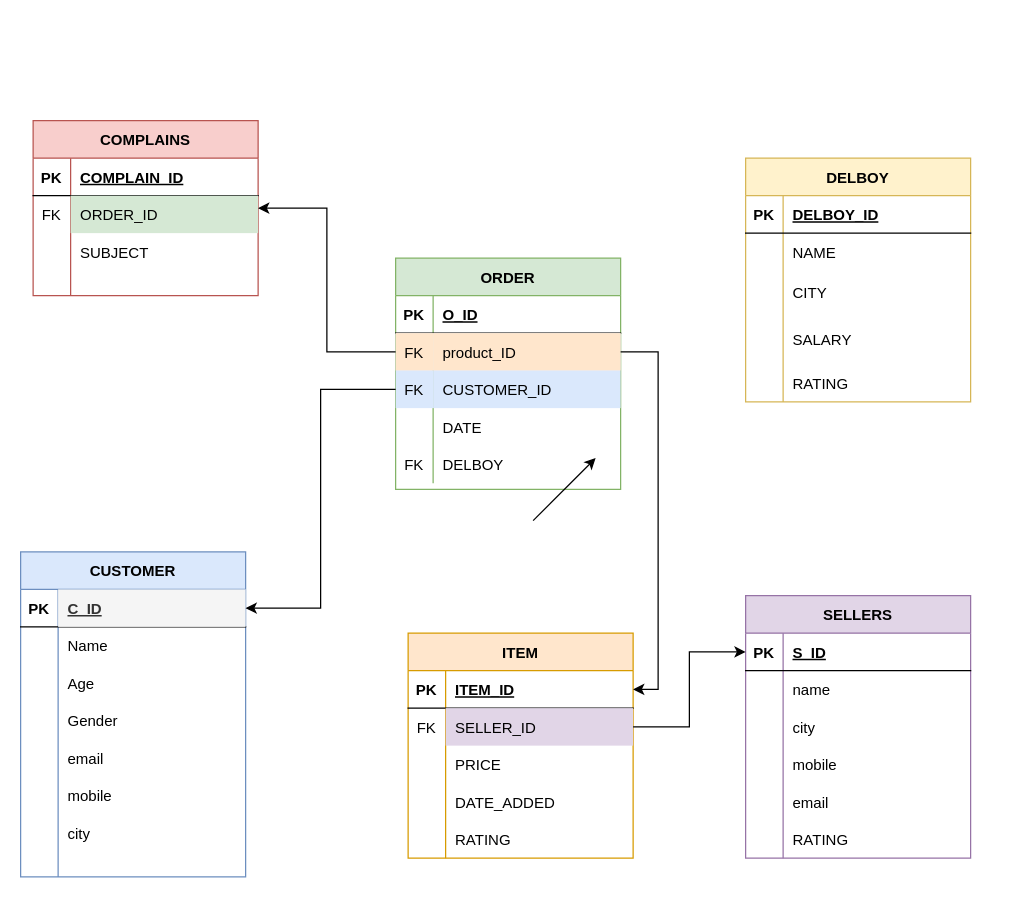
maasir554/maasir554 keeps this draw.io diagram as Untitled Diagram.drawio. Above is the earlier version. Source tidied: cells renumbered, new cells numbered last; positions are measured from the earlier drawing's top-left corner, leaving out a move shared by most shapes. Both pictures are drawn from the tidied source at 125%, with x=0, y=0 at pixel (20, 120).
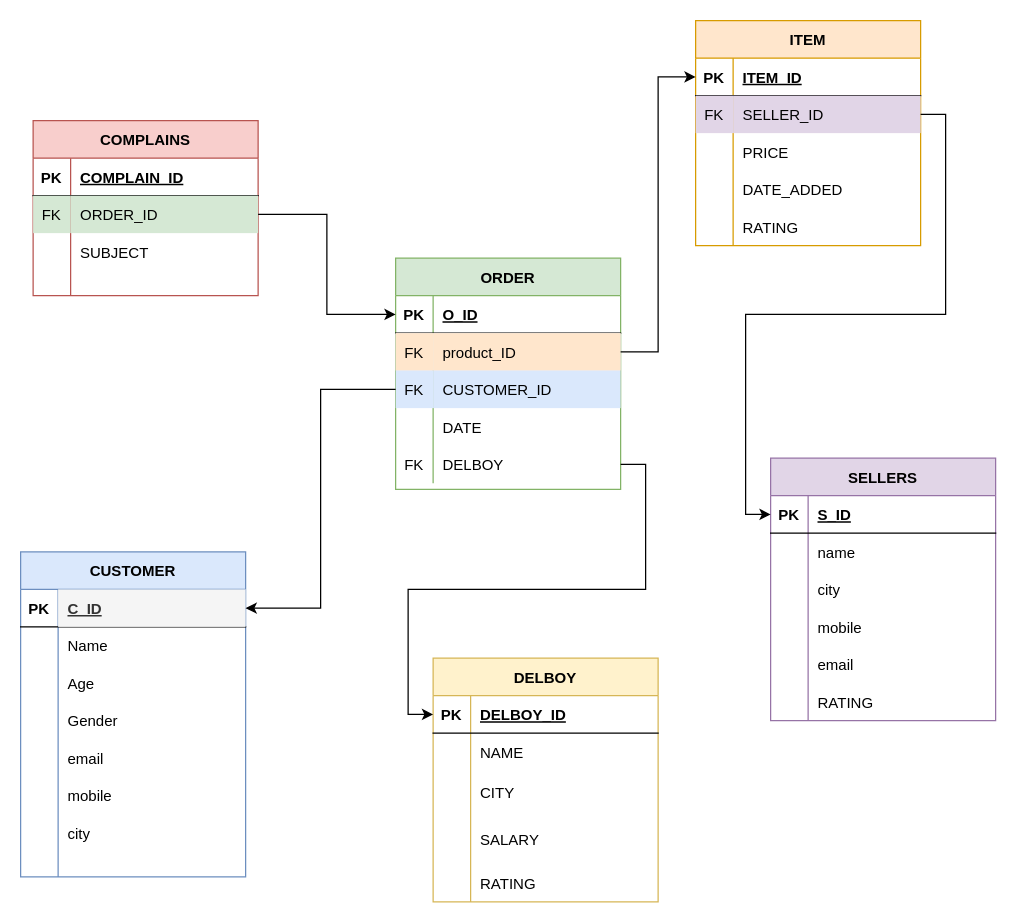
The same page after the edit.

Unchanged cells that the change refers to:
```xml
<mxCell id="28" style="shape=tableRow;horizontal=0;startSize=0;swimlaneHead=0;swimlaneBody=0;fillColor=none;points=[[0,0.5],[1,0.5]];portConstraint=eastwest;top=0;left=0;right=0;bottom=1;" parent="27" vertex="1">
  <mxGeometry y="30" width="180" height="30" as="geometry" />
</mxCell>
<mxCell id="31" style="shape=tableRow;horizontal=0;startSize=0;swimlaneHead=0;swimlaneBody=0;fillColor=#dae8fc;points=[[0,0.5],[1,0.5]];portConstraint=eastwest;top=0;left=0;right=0;bottom=0;strokeColor=#6c8ebf;" parent="27" vertex="1">
  <mxGeometry y="60" width="180" height="30" as="geometry" />
</mxCell>
<mxCell id="40" style="shape=tableRow;horizontal=0;startSize=0;swimlaneHead=0;swimlaneBody=0;fillColor=none;points=[[0,0.5],[1,0.5]];portConstraint=eastwest;top=0;left=0;right=0;bottom=0;" parent="27" vertex="1">
  <mxGeometry y="150" width="180" height="30" as="geometry" />
</mxCell>
<mxCell id="63" style="shape=tableRow;horizontal=0;startSize=0;swimlaneHead=0;swimlaneBody=0;fillColor=none;points=[[0,0.5],[1,0.5]];portConstraint=eastwest;top=0;left=0;right=0;bottom=1;" parent="62" vertex="1">
  <mxGeometry y="30" width="180" height="30" as="geometry" />
</mxCell>
<mxCell id="66" style="shape=tableRow;horizontal=0;startSize=0;swimlaneHead=0;swimlaneBody=0;fillColor=none;points=[[0,0.5],[1,0.5]];portConstraint=eastwest;top=0;left=0;right=0;bottom=0;" parent="62" vertex="1">
  <mxGeometry y="60" width="180" height="30" as="geometry" />
</mxCell>
<mxCell id="81" style="shape=tableRow;horizontal=0;startSize=0;swimlaneHead=0;swimlaneBody=0;fillColor=none;points=[[0,0.5],[1,0.5]];portConstraint=eastwest;top=0;left=0;right=0;bottom=1;" parent="80" vertex="1">
  <mxGeometry y="30" width="180" height="30" as="geometry" />
</mxCell>
<mxCell id="96" value="COMPLAINS" style="shape=table;startSize=30;childLayout=tableLayout;rowLines=0;fontStyle=1;align=center;fillColor=#f8cecc;strokeColor=#b85450;" parent="1" vertex="1">
  <mxGeometry x="10" width="180" height="140" as="geometry" />
</mxCell>
<mxCell id="100" style="shape=tableRow;horizontal=0;startSize=0;swimlaneHead=0;swimlaneBody=0;fillColor=none;points=[[0,0.5],[1,0.5]];portConstraint=eastwest;top=0;left=0;right=0;bottom=0;" parent="96" vertex="1">
  <mxGeometry y="60" width="180" height="30" as="geometry" />
</mxCell>
```

The edit, as a diff of the source:
```diff
@@
     <mxCell id="43" value="SELLERS" style="shape=table;startSize=30;childLayout=tableLayout;rowLines=0;fontStyle=1;align=center;fillColor=#e1d5e7;strokeColor=#9673a6;" parent="1" vertex="1">
-      <mxGeometry x="580" y="380" width="180" height="210" as="geometry" />
+      <mxGeometry x="600" y="270" width="180" height="210" as="geometry" />
     </mxCell>
@@
     <mxCell id="62" value="ITEM" style="shape=table;startSize=30;childLayout=tableLayout;rowLines=0;fontStyle=1;align=center;fillColor=#ffe6cc;strokeColor=#d79b00;" parent="1" vertex="1">
-      <mxGeometry x="310" y="410" width="180" height="180" as="geometry" />
+      <mxGeometry x="540" y="-80" width="180" height="180" as="geometry" />
     </mxCell>
@@
-    <mxCell id="67" value="FK" style="shape=partialRectangle;fillColor=none;top=0;left=0;bottom=0;right=0;overflow=hidden;" parent="66" vertex="1">
+    <mxCell id="67" value="FK" style="shape=partialRectangle;fillColor=#e1d5e7;top=0;left=0;bottom=0;right=0;overflow=hidden;strokeColor=#9673a6;" parent="66" vertex="1">
       <mxGeometry width="30" height="30" as="geometry" />
     </mxCell>
@@
     <mxCell id="80" value="DELBOY" style="shape=table;startSize=30;childLayout=tableLayout;rowLines=0;fontStyle=1;align=center;fillColor=#fff2cc;strokeColor=#d6b656;" parent="1" vertex="1">
-      <mxGeometry x="580" y="30" width="180" height="195" as="geometry" />
+      <mxGeometry x="330" y="430" width="180" height="195" as="geometry" />
     </mxCell>
@@
-    <mxCell id="101" value="FK" style="shape=partialRectangle;fillColor=none;top=0;left=0;bottom=0;right=0;overflow=hidden;" parent="100" vertex="1">
+    <mxCell id="101" value="FK" style="shape=partialRectangle;fillColor=#d5e8d4;top=0;left=0;bottom=0;right=0;overflow=hidden;strokeColor=#82b366;" parent="100" vertex="1">
       <mxGeometry width="30" height="30" as="geometry" />
     </mxCell>
@@
-    <mxCell id="109" style="endArrow=classic;html=1;rounded=0;" parent="1" edge="1">
-      <mxGeometry relative="1" as="geometry">
-        <mxPoint x="410" y="320" as="sourcePoint" />
-        <mxPoint x="460" y="270" as="targetPoint" />
-      </mxGeometry>
-    </mxCell>
-    <mxCell id="110" style="edgeStyle=orthogonalEdgeStyle;rounded=0;jettySize=auto;html=1;exitX=1;exitY=0.5;exitDx=0;exitDy=0;entryX=1;entryY=0.5;entryDx=0;entryDy=0;" parent="1" edge="1" source="31" target="63">
-      <mxGeometry relative="1" as="geometry" />
-    </mxCell>
@@
-    <mxCell id="113" style="edgeStyle=orthogonalEdgeStyle;rounded=0;jettySize=auto;html=1;exitX=0;exitY=0.5;exitDx=0;exitDy=0;entryX=1;entryY=0.5;entryDx=0;entryDy=0;" parent="1" edge="1" source="31" target="96">
-      <mxGeometry relative="1" as="geometry" />
-    </mxCell>
+    <mxCell id="114" style="edgeStyle=orthogonalEdgeStyle;rounded=0;jettySize=auto;html=1;exitX=1;exitY=0.5;exitDx=0;exitDy=0;entryX=0;entryY=0.5;entryDx=0;entryDy=0;" parent="1" edge="1" source="100" target="28">
+      <mxGeometry relative="1" as="geometry" />
+    </mxCell>
+    <mxCell id="115" style="edgeStyle=orthogonalEdgeStyle;rounded=0;jettySize=auto;html=1;entryX=0;entryY=0.5;entryDx=0;entryDy=0;" parent="1" edge="1" source="40" target="81">
+      <mxGeometry relative="1" as="geometry" />
+    </mxCell>
+    <mxCell id="110" style="edgeStyle=orthogonalEdgeStyle;rounded=0;jettySize=auto;html=1;exitX=1;exitY=0.5;exitDx=0;exitDy=0;entryX=0;entryY=0.5;entryDx=0;entryDy=0;" parent="1" edge="1" source="31" target="63">
+      <mxGeometry relative="1" as="geometry" />
+    </mxCell>
```
